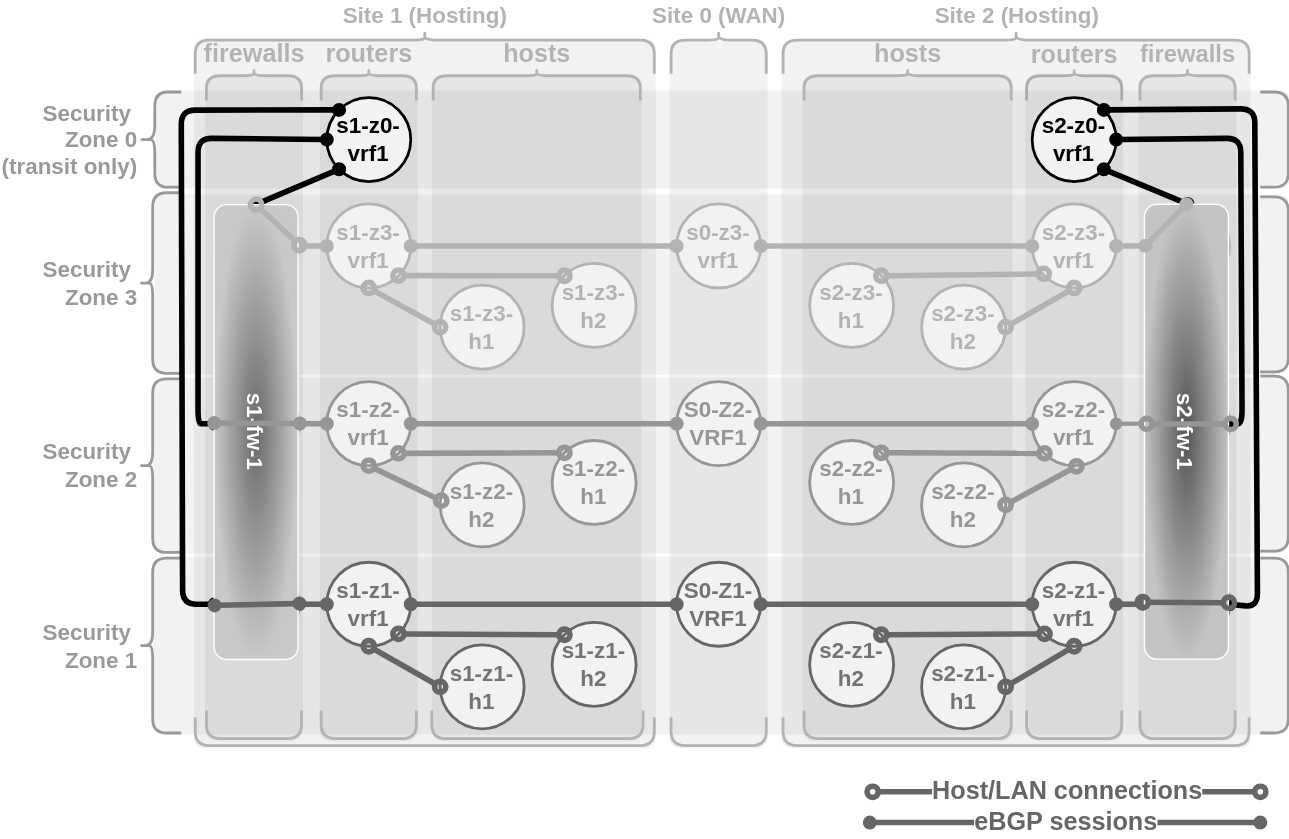
The draw.io diagram pages/1/3(ecmp-symmetric)/framework-transitzone-1.drawio.svg in menckend/alpha, before a commit. Source tidied: cells renumbered, new cells last; positions are measured from the earlier drawing's top-left corner, leaving out a move shared by most shapes.
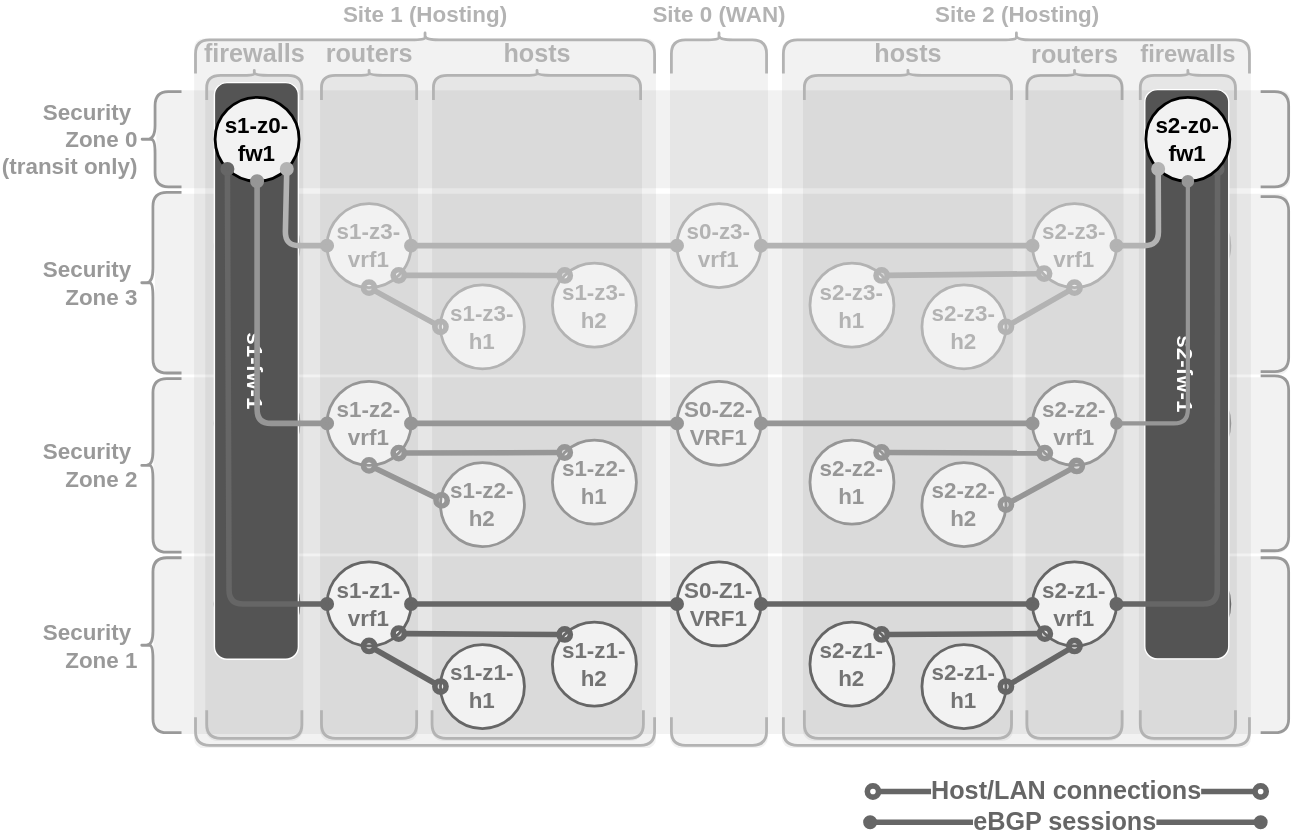
After the change.

Diff of the diagram source:
```diff
@@ -83,21 +83,12 @@
     <mxCell id="28" value="s2-z1-h2" style="ellipse;whiteSpace=wrap;html=1;strokeWidth=2;strokeColor=#666666;fontSize=16;fontStyle=1;fillColor=#F2F2F2;fontColor=#737373;" parent="1" vertex="1">
       <mxGeometry x="558" y="422" width="60" height="60" as="geometry" />
     </mxCell>
-    <mxCell id="29" value="s2-z0-vrf1" style="ellipse;whiteSpace=wrap;html=1;strokeWidth=2;strokeColor=#000000;fontSize=16;fontStyle=1;fillColor=#F2F2F2;fillStyle=solid;" parent="1" vertex="1">
-      <mxGeometry x="717" y="47" width="60" height="60" as="geometry" />
-    </mxCell>
     <mxCell id="30" style="shape=curlyBracket;whiteSpace=wrap;html=1;rounded=1;labelPosition=left;verticalLabelPosition=middle;align=right;verticalAlign=middle;rotation=0;strokeWidth=2;strokeColor=#B3B3B3;direction=north;size=0;fontSize=18;fontStyle=1;" parent="1" vertex="1">
       <mxGeometry x="539" y="490" width="333" height="20" as="geometry" />
     </mxCell>
-    <mxCell id="31" style="endArrow=oval;startArrow=oval;html=1;strokeWidth=3;strokeColor=#969696;startFill=1;endFill=1;fontSize=18;fontStyle=1;" parent="1" edge="1" source="23" target="25">
-      <mxGeometry relative="1" as="geometry" />
-    </mxCell>
     <mxCell id="32" style="endArrow=oval;startArrow=oval;html=1;strokeWidth=4;strokeColor=#969696;startFill=0;endFill=0;fontSize=18;fontStyle=1;endSize=8;startSize=8;exitX=1;exitY=0;exitDx=0;exitDy=0;entryX=0;entryY=1;entryDx=0;entryDy=0;" parent="1" edge="1" source="21" target="23">
       <mxGeometry relative="1" as="geometry" />
     </mxCell>
-    <mxCell id="33" style="endArrow=oval;startArrow=oval;html=1;strokeWidth=4;strokeColor=#666666;startFill=1;endFill=1;fontSize=18;fontStyle=1;" parent="1" edge="1" source="24" target="26">
-      <mxGeometry relative="1" as="geometry" />
-    </mxCell>
     <mxCell id="34" style="endArrow=oval;startArrow=oval;html=1;strokeWidth=4;strokeColor=#666666;startFill=0;endFill=0;fontSize=18;fontStyle=1;endSize=8;startSize=8;exitX=1;exitY=0.5;exitDx=0;exitDy=0;entryX=0.5;entryY=1;entryDx=0;entryDy=0;" parent="1" edge="1" source="22" target="24">
       <mxGeometry relative="1" as="geometry" />
     </mxCell>
@@ -137,50 +128,24 @@
     <mxCell id="46" value="s1-z1-h1" style="ellipse;whiteSpace=wrap;html=1;strokeWidth=2;strokeColor=#666666;fontSize=16;fontStyle=1;fillColor=#F2F2F2;fontColor=#737373;" parent="1" vertex="1">
       <mxGeometry x="294" y="438" width="60" height="60" as="geometry" />
     </mxCell>
-    <mxCell id="47" value="s1-z0-vrf1" style="ellipse;whiteSpace=wrap;html=1;strokeWidth=2;strokeColor=#000000;fontSize=16;fontStyle=1;fillColor=#F2F2F2;fillStyle=solid;" parent="1" vertex="1">
-      <mxGeometry x="213" y="47" width="60" height="60" as="geometry" />
-    </mxCell>
     <mxCell id="48" value="Site 1 (Hosting)" style="shape=curlyBracket;html=1;rounded=1;labelPosition=center;verticalLabelPosition=top;align=center;verticalAlign=bottom;rotation=0;strokeWidth=2;strokeColor=#B3B3B3;size=0.2;direction=south;fontSize=16;fontColor=#B3B3B3;fontStyle=1;" parent="1" vertex="1">
       <mxGeometry x="119" width="328" height="30" as="geometry" />
     </mxCell>
     <mxCell id="49" style="shape=curlyBracket;whiteSpace=wrap;html=1;rounded=1;labelPosition=left;verticalLabelPosition=middle;align=right;verticalAlign=middle;rotation=0;strokeWidth=2;strokeColor=#B3B3B3;direction=north;size=0;fontSize=18;fontStyle=1;" parent="1" vertex="1">
       <mxGeometry x="119" y="490" width="328" height="20" as="geometry" />
     </mxCell>
-    <mxCell id="50" style="endArrow=oval;startArrow=oval;html=1;strokeWidth=4;strokeColor=#969696;startFill=1;endFill=1;fontSize=18;fontStyle=1;exitX=0;exitY=0.5;exitDx=0;exitDy=0;" parent="1" edge="1" source="41" target="43">
-      <mxGeometry relative="1" as="geometry" />
-    </mxCell>
     <mxCell id="51" style="endArrow=oval;startArrow=oval;html=1;strokeWidth=4;strokeColor=#969696;startFill=0;endFill=0;fontSize=18;fontStyle=1;endSize=8;startSize=8;exitX=0;exitY=0;exitDx=0;exitDy=0;entryX=1;entryY=1;entryDx=0;entryDy=0;" parent="1" edge="1" source="45" target="41">
       <mxGeometry relative="1" as="geometry" />
     </mxCell>
     <mxCell id="52" style="endArrow=oval;startArrow=oval;html=1;strokeWidth=4;strokeColor=#969696;startFill=0;endFill=0;fontSize=18;fontStyle=1;endSize=8;startSize=8;entryX=0.5;entryY=1;entryDx=0;entryDy=0;exitX=0.014;exitY=0.45;exitDx=0;exitDy=0;exitPerimeter=0;" parent="1" edge="1" source="39" target="41">
       <mxGeometry relative="1" as="geometry" />
     </mxCell>
-    <mxCell id="53" style="endArrow=oval;startArrow=oval;html=1;strokeWidth=4;strokeColor=#666666;startFill=1;endFill=1;fontSize=18;fontStyle=1;" parent="1" edge="1" source="42" target="44">
-      <mxGeometry relative="1" as="geometry" />
-    </mxCell>
     <mxCell id="54" style="endArrow=oval;startArrow=oval;html=1;strokeWidth=4;strokeColor=#666666;startFill=0;endFill=0;fontSize=18;fontStyle=1;endSize=8;startSize=8;exitX=0;exitY=0;exitDx=0;exitDy=0;entryX=1;entryY=1;entryDx=0;entryDy=0;" parent="1" edge="1" source="40" target="42">
       <mxGeometry relative="1" as="geometry" />
     </mxCell>
     <mxCell id="55" style="endArrow=oval;startArrow=oval;html=1;strokeWidth=4;strokeColor=#666666;startFill=0;endFill=0;fontSize=18;fontStyle=1;endSize=8;startSize=8;entryX=0.5;entryY=1;entryDx=0;entryDy=0;exitX=0;exitY=0.5;exitDx=0;exitDy=0;" parent="1" edge="1" source="46" target="42">
       <mxGeometry relative="1" as="geometry" />
     </mxCell>
-    <mxCell id="56" style="endArrow=oval;startArrow=oval;html=1;strokeColor=#000000;strokeWidth=4;startFill=1;endFill=1;fontSize=18;fontStyle=1;exitX=0;exitY=0;exitDx=0;exitDy=0;entryX=0;entryY=0.5;entryDx=0;entryDy=0;rounded=1;" parent="1" edge="1" source="47" target="44">
-      <mxGeometry relative="1" as="geometry">
-        <Array as="points">
-          <mxPoint x="109" y="56" />
-          <mxPoint x="110" y="409" />
-        </Array>
-      </mxGeometry>
-    </mxCell>
-    <mxCell id="57" style="endArrow=oval;startArrow=oval;html=1;strokeColor=#000000;strokeWidth=4;startFill=1;endFill=1;fontSize=18;fontStyle=1;exitX=0;exitY=0.5;exitDx=0;exitDy=0;entryX=0;entryY=0.5;entryDx=0;entryDy=0;rounded=1;" parent="1" edge="1" source="47" target="43">
-      <mxGeometry relative="1" as="geometry">
-        <Array as="points">
-          <mxPoint x="121" y="76" />
-          <mxPoint x="121" y="280" />
-          <mxPoint x="125" y="280" />
-        </Array>
-      </mxGeometry>
-    </mxCell>
     <mxCell id="58" style="endArrow=oval;startArrow=oval;html=1;strokeWidth=4;strokeColor=#666666;startFill=1;endFill=1;fontSize=18;fontStyle=1;entryX=1;entryY=0.5;entryDx=0;entryDy=0;exitX=0;exitY=0.5;exitDx=0;exitDy=0;" parent="1" edge="1" source="37" target="42">
       <mxGeometry relative="1" as="geometry" />
     </mxCell>
@@ -199,9 +164,6 @@
     <mxCell id="63" value="s1-z3-h2" style="ellipse;whiteSpace=wrap;html=1;strokeWidth=2;strokeColor=#B3B3B3;fontSize=16;fontStyle=1;fillColor=#F2F2F2;fontColor=#B3B3B3;" parent="1" vertex="1">
       <mxGeometry x="374" y="165.5" width="60" height="60" as="geometry" />
     </mxCell>
-    <mxCell id="64" style="endArrow=oval;startArrow=oval;html=1;strokeWidth=4;strokeColor=#B3B3B3;startFill=1;endFill=1;fontSize=18;fontStyle=1;" parent="1" edge="1" source="61" target="62">
-      <mxGeometry relative="1" as="geometry" />
-    </mxCell>
     <mxCell id="65" style="endArrow=oval;startArrow=oval;html=1;strokeWidth=4;strokeColor=#B3B3B3;startFill=0;endFill=0;fontSize=18;fontStyle=1;endSize=8;startSize=8;exitX=0;exitY=0;exitDx=0;exitDy=0;entryX=1;entryY=1;entryDx=0;entryDy=0;" parent="1" edge="1" source="63" target="61">
       <mxGeometry relative="1" as="geometry" />
     </mxCell>
@@ -244,34 +206,12 @@
     <mxCell id="78" value="s2-z3-h2" style="ellipse;whiteSpace=wrap;html=1;strokeWidth=2;strokeColor=#B3B3B3;fontSize=16;fontStyle=1;fillColor=#F2F2F2;fillStyle=solid;fontColor=#B3B3B3;" parent="1" vertex="1">
       <mxGeometry x="638" y="181" width="60" height="60" as="geometry" />
     </mxCell>
-    <mxCell id="79" style="endArrow=oval;startArrow=oval;html=1;strokeWidth=4;strokeColor=#B3B3B3;startFill=1;endFill=1;fontSize=18;fontStyle=1;" parent="1" edge="1" source="76" target="77">
-      <mxGeometry relative="1" as="geometry" />
-    </mxCell>
     <mxCell id="80" style="endArrow=oval;startArrow=oval;html=1;strokeWidth=4;strokeColor=#B3B3B3;startFill=0;endFill=0;fontSize=18;fontStyle=1;endSize=8;startSize=8;exitX=1;exitY=0.5;exitDx=0;exitDy=0;entryX=0.5;entryY=1;entryDx=0;entryDy=0;" parent="1" edge="1" source="78" target="76">
       <mxGeometry relative="1" as="geometry" />
     </mxCell>
     <mxCell id="81" style="endArrow=oval;startArrow=oval;html=1;strokeWidth=4;strokeColor=#B3B3B3;startFill=0;endFill=0;fontSize=18;fontStyle=1;endSize=8;startSize=8;entryX=0.138;entryY=0.833;entryDx=0;entryDy=0;entryPerimeter=0;exitX=1;exitY=0;exitDx=0;exitDy=0;" parent="1" edge="1" source="75" target="76">
       <mxGeometry relative="1" as="geometry" />
     </mxCell>
-    <mxCell id="82" style="endArrow=oval;startArrow=oval;html=1;strokeColor=#000000;strokeWidth=4;startFill=1;endFill=1;fontSize=18;fontStyle=1;exitX=1;exitY=0;exitDx=0;exitDy=0;entryX=1;entryY=0.5;entryDx=0;entryDy=0;rounded=1;" parent="1" edge="1" source="29" target="26">
-      <mxGeometry relative="1" as="geometry">
-        <Array as="points">
-          <mxPoint x="876" y="55" />
-          <mxPoint x="878" y="411" />
-        </Array>
-      </mxGeometry>
-    </mxCell>
-    <mxCell id="83" style="endArrow=oval;startArrow=oval;html=1;strokeColor=#000000;strokeWidth=4;startFill=1;endFill=1;fontSize=18;fontStyle=1;exitX=1;exitY=0.5;exitDx=0;exitDy=0;entryX=1;entryY=0.5;entryDx=0;entryDy=0;rounded=1;" parent="1" edge="1" source="29" target="25">
-      <mxGeometry relative="1" as="geometry">
-        <Array as="points">
-          <mxPoint x="866" y="76" />
-          <mxPoint x="867" y="280" />
-        </Array>
-      </mxGeometry>
-    </mxCell>
-    <mxCell id="84" style="endArrow=oval;startArrow=oval;html=1;strokeColor=#000000;strokeWidth=4;startFill=1;endFill=1;fontSize=18;fontStyle=1;entryX=0.5;entryY=0;entryDx=0;entryDy=0;exitX=1;exitY=1;exitDx=0;exitDy=0;rounded=1;" parent="1" edge="1" source="29" target="77">
-      <mxGeometry relative="1" as="geometry" />
-    </mxCell>
     <mxCell id="85" value="hosts" style="shape=curlyBracket;html=1;rounded=1;labelPosition=center;verticalLabelPosition=top;align=center;verticalAlign=middle;rotation=0;strokeWidth=2;strokeColor=#B3B3B3;size=0.2;direction=south;fontSize=18;fontColor=#B3B3B3;fontStyle=1;" parent="1" vertex="1">
       <mxGeometry x="289" y="27" width="148" height="22" as="geometry" />
     </mxCell>
@@ -329,29 +269,59 @@
         <mxPoint x="880" y="543" as="targetPoint" />
       </mxGeometry>
     </mxCell>
-    <mxCell id="102" value="s1-fw-1" style="rounded=1;whiteSpace=wrap;html=1;gradientColor=#C9C9C9;fillColor=#696969;strokeColor=#FFFFFF;fontColor=#FFFFFF;fontSize=16;fontStyle=1;gradientDirection=radial;rotation=90;" parent="1" vertex="1">
-      <mxGeometry y="256" width="325" height="60" as="geometry" />
+    <mxCell id="102" value="s1-fw-1" style="rounded=1;whiteSpace=wrap;html=1;gradientColor=none;fillColor=#545454;strokeColor=#FFFFFF;fontColor=#FFFFFF;fontSize=16;fontStyle=1;gradientDirection=radial;rotation=90;" parent="1" vertex="1">
+      <mxGeometry x="-43.5" y="212.5" width="412" height="60" as="geometry" />
     </mxCell>
-    <mxCell id="103" value="s2-fw-1" style="rounded=1;whiteSpace=wrap;html=1;gradientColor=#C4C4C4;fillColor=#545454;strokeColor=#FFFFFF;fontColor=#FFFFFF;fontSize=16;fontStyle=1;gradientDirection=radial;rotation=90;" parent="1" vertex="1">
-      <mxGeometry x="664.7" y="255.7" width="325" height="60" as="geometry" />
+    <mxCell id="103" value="s2-fw-1" style="rounded=1;whiteSpace=wrap;html=1;gradientColor=none;fillColor=#545454;strokeColor=#FFFFFF;fontColor=#FFFFFF;fontSize=16;fontStyle=1;gradientDirection=radial;rotation=90;" parent="1" vertex="1">
+      <mxGeometry x="623.9" y="214.9" width="406.7" height="60" as="geometry" />
     </mxCell>
-    <mxCell id="104" style="endArrow=oval;startArrow=oval;html=1;strokeWidth=4;strokeColor=#B3B3B3;startFill=0;endFill=0;fontSize=18;fontStyle=1;endSize=8;startSize=8;exitX=0.089;exitY=-0.016;exitDx=0;exitDy=0;entryX=0;entryY=0.5;entryDx=0;entryDy=0;exitPerimeter=0;" parent="1" edge="1" source="102" target="102">
-      <mxGeometry relative="1" as="geometry" />
-    </mxCell>
-    <mxCell id="105" style="endArrow=oval;startArrow=oval;html=1;strokeWidth=4;strokeColor=#969696;startFill=1;endFill=1;fontSize=18;fontStyle=1;exitX=0.481;exitY=-0.021;exitDx=0;exitDy=0;entryX=0.48;entryY=0.999;entryDx=0;entryDy=0;entryPerimeter=0;exitPerimeter=0;" parent="1" edge="1" source="102" target="102">
-      <mxGeometry relative="1" as="geometry" />
-    </mxCell>
-    <mxCell id="106" style="endArrow=oval;startArrow=oval;html=1;strokeWidth=4;strokeColor=#666666;startFill=1;endFill=1;fontSize=18;fontStyle=1;entryX=0.881;entryY=0.994;entryDx=0;entryDy=0;entryPerimeter=0;exitX=0.877;exitY=-0.016;exitDx=0;exitDy=0;exitPerimeter=0;" parent="1" edge="1" source="102" target="102">
-      <mxGeometry relative="1" as="geometry" />
-    </mxCell>
-    <mxCell id="107" style="endArrow=oval;startArrow=oval;html=1;strokeWidth=4;strokeColor=#B3B3B3;startFill=1;endFill=1;fontSize=18;fontStyle=1;exitX=0;exitY=0.5;exitDx=0;exitDy=0;entryX=0.091;entryY=0.986;entryDx=0;entryDy=0;entryPerimeter=0;" parent="1" edge="1" source="103" target="103">
-      <mxGeometry relative="1" as="geometry" />
-    </mxCell>
-    <mxCell id="108" style="endArrow=oval;startArrow=oval;html=1;strokeWidth=4;strokeColor=#969696;startFill=0;endFill=0;fontSize=18;fontStyle=1;endSize=8;startSize=8;exitX=0.483;exitY=0.973;exitDx=0;exitDy=0;entryX=0.483;entryY=-0.027;entryDx=0;entryDy=0;entryPerimeter=0;exitPerimeter=0;" parent="1" edge="1" source="103" target="103">
-      <mxGeometry relative="1" as="geometry" />
-    </mxCell>
-    <mxCell id="109" style="endArrow=oval;startArrow=oval;html=1;strokeWidth=4;strokeColor=#666666;startFill=0;endFill=0;fontSize=18;fontStyle=1;endSize=8;startSize=8;exitX=0.875;exitY=1.02;exitDx=0;exitDy=0;entryX=0.876;entryY=-0.006;entryDx=0;entryDy=0;entryPerimeter=0;exitPerimeter=0;" parent="1" edge="1" source="103" target="103">
-      <mxGeometry relative="1" as="geometry" />
-    </mxCell>
+    <mxCell id="33" style="endArrow=oval;startArrow=oval;html=1;strokeWidth=4;strokeColor=#666666;startFill=1;endFill=1;fontSize=18;fontStyle=1;entryX=1;entryY=1;entryDx=0;entryDy=0;" parent="1" edge="1" source="24" target="29">
+      <mxGeometry relative="1" as="geometry">
+        <Array as="points">
+          <mxPoint x="849" y="409" />
+        </Array>
+      </mxGeometry>
+    </mxCell>
+    <mxCell id="47" value="s1-z0-fw1" style="ellipse;whiteSpace=wrap;html=1;strokeWidth=2;strokeColor=#000000;fontSize=16;fontStyle=1;fillColor=#F2F2F2;fillStyle=solid;" parent="1" vertex="1">
+      <mxGeometry x="133" y="47" width="60" height="60" as="geometry" />
+    </mxCell>
+    <mxCell id="64" style="endArrow=oval;startArrow=oval;html=1;strokeWidth=4;strokeColor=#B3B3B3;startFill=1;endFill=1;fontSize=18;fontStyle=1;entryX=1;entryY=1;entryDx=0;entryDy=0;" parent="1" edge="1" source="61" target="47">
+      <mxGeometry relative="1" as="geometry">
+        <Array as="points">
+          <mxPoint x="183" y="153" />
+        </Array>
+      </mxGeometry>
+    </mxCell>
+    <mxCell id="50" style="endArrow=oval;startArrow=oval;html=1;strokeWidth=4;strokeColor=#969696;startFill=1;endFill=1;fontSize=18;fontStyle=1;exitX=0;exitY=0.5;exitDx=0;exitDy=0;entryX=0.5;entryY=1;entryDx=0;entryDy=0;" parent="1" edge="1" source="41" target="47">
+      <mxGeometry relative="1" as="geometry">
+        <Array as="points">
+          <mxPoint x="163" y="280" />
+        </Array>
+      </mxGeometry>
+    </mxCell>
+    <mxCell id="53" style="endArrow=oval;startArrow=oval;html=1;strokeWidth=4;strokeColor=#666666;startFill=1;endFill=1;fontSize=18;fontStyle=1;entryX=0;entryY=1;entryDx=0;entryDy=0;" parent="1" edge="1" source="42" target="47">
+      <mxGeometry relative="1" as="geometry">
+        <Array as="points">
+          <mxPoint x="143" y="409" />
+        </Array>
+      </mxGeometry>
+    </mxCell>
+    <mxCell id="29" value="s2-z0-fw1" style="ellipse;whiteSpace=wrap;html=1;strokeWidth=2;strokeColor=#000000;fontSize=16;fontStyle=1;fillColor=#F2F2F2;fillStyle=solid;" parent="1" vertex="1">
+      <mxGeometry x="798" y="47" width="60" height="60" as="geometry" />
+    </mxCell>
+    <mxCell id="31" style="endArrow=oval;startArrow=oval;html=1;strokeWidth=3;strokeColor=#969696;startFill=1;endFill=1;fontSize=18;fontStyle=1;entryX=0.5;entryY=1;entryDx=0;entryDy=0;" parent="1" edge="1" source="23" target="29">
+      <mxGeometry relative="1" as="geometry">
+        <Array as="points">
+          <mxPoint x="828" y="280" />
+        </Array>
+      </mxGeometry>
+    </mxCell>
+    <mxCell id="79" style="endArrow=oval;startArrow=oval;html=1;strokeWidth=4;strokeColor=#B3B3B3;startFill=1;endFill=1;fontSize=18;fontStyle=1;entryX=0;entryY=1;entryDx=0;entryDy=0;exitX=1;exitY=0.5;exitDx=0;exitDy=0;" parent="1" edge="1" source="76" target="29">
+      <mxGeometry relative="1" as="geometry">
+        <Array as="points">
+          <mxPoint x="807" y="153" />
+        </Array>
+      </mxGeometry>
+    </mxCell>
   </root>
 </mxGraphModel>
```
